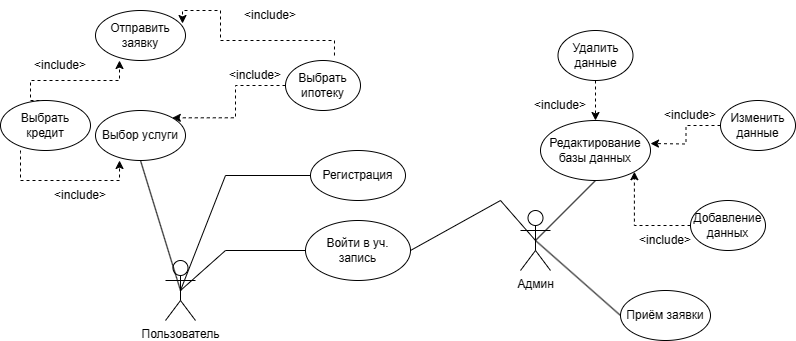
Before: Bank.drawio.png, a diagram exported from draw.io (Involuntar/Test). Source tidied: cells renumbered, new cells last; positions are measured from the earlier drawing's top-left corner, leaving out a move shared by most shapes.
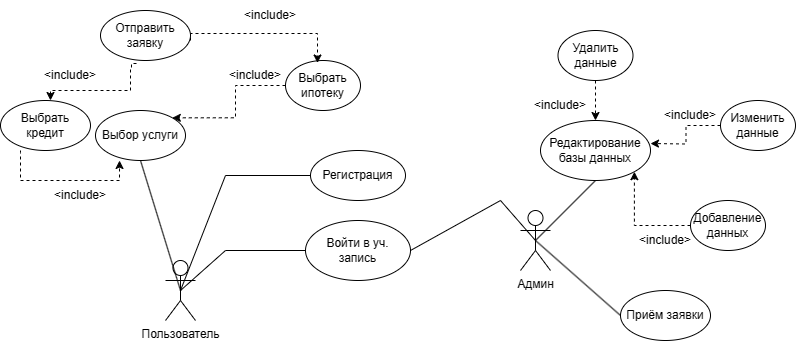
After the commit.

What changed in the source:
```diff
@@ -108,30 +108,31 @@
       <mxGeometry x="660" y="100" width="60" height="30" as="geometry" />
     </mxCell>
     <mxCell id="30" value="Отправить заявку" style="ellipse;whiteSpace=wrap;html=1;" parent="1" vertex="1">
-      <mxGeometry x="95" y="10" width="90" height="50" as="geometry" />
+      <mxGeometry x="100" y="10" width="90" height="50" as="geometry" />
     </mxCell>
-    <mxCell id="31" style="edgeStyle=orthogonalEdgeStyle;rounded=0;jettySize=auto;html=1;strokeColor=default;dashed=1;entryX=0.267;entryY=1;entryDx=0;entryDy=0;entryPerimeter=0;exitX=0.5;exitY=0;exitDx=0;exitDy=0;" parent="1" edge="1" source="10">
+    <mxCell id="31" style="edgeStyle=orthogonalEdgeStyle;rounded=0;jettySize=auto;html=1;strokeColor=default;dashed=1;exitX=0.4;exitY=1.06;exitDx=0;exitDy=0;exitPerimeter=0;" parent="1" edge="1" source="30">
       <mxGeometry relative="1" as="geometry">
-        <mxPoint x="119" y="60" as="targetPoint" />
+        <mxPoint x="50" y="100" as="targetPoint" />
         <Array as="points">
-          <mxPoint x="30" y="100" />
-          <mxPoint x="30" y="80" />
-          <mxPoint x="119" y="80" />
+          <mxPoint x="131" y="69" />
+          <mxPoint x="130" y="69" />
+          <mxPoint x="130" y="90" />
+          <mxPoint x="50" y="90" />
         </Array>
       </mxGeometry>
     </mxCell>
-    <mxCell id="32" style="edgeStyle=orthogonalEdgeStyle;rounded=0;jettySize=auto;html=1;strokeColor=default;dashed=1;exitX=0.653;exitY=-0.1;exitDx=0;exitDy=0;exitPerimeter=0;entryX=0.967;entryY=0.26;entryDx=0;entryDy=0;entryPerimeter=0;" parent="1" edge="1" source="12" target="30">
+    <mxCell id="32" style="edgeStyle=orthogonalEdgeStyle;rounded=0;orthogonalLoop=1;jettySize=auto;html=1;strokeColor=default;dashed=1;" parent="1" edge="1">
       <mxGeometry relative="1" as="geometry">
+        <mxPoint x="190" y="40" as="sourcePoint" />
+        <mxPoint x="317" y="62.5" as="targetPoint" />
         <Array as="points">
-          <mxPoint x="334" y="40" />
-          <mxPoint x="220" y="40" />
-          <mxPoint x="220" y="10" />
-          <mxPoint x="182" y="10" />
+          <mxPoint x="190" y="33" />
+          <mxPoint x="317" y="33" />
         </Array>
       </mxGeometry>
     </mxCell>
     <mxCell id="33" value="&amp;lt;include&amp;gt;" style="text;html=1;strokeColor=none;fillColor=none;align=center;verticalAlign=middle;whiteSpace=wrap;rounded=0;" parent="1" vertex="1">
-      <mxGeometry x="30" y="50" width="60" height="30" as="geometry" />
+      <mxGeometry x="40" y="60" width="60" height="30" as="geometry" />
     </mxCell>
     <mxCell id="34" value="&amp;lt;include&amp;gt;" style="text;html=1;strokeColor=none;fillColor=none;align=center;verticalAlign=middle;whiteSpace=wrap;rounded=0;" parent="1" vertex="1">
       <mxGeometry x="240" width="60" height="30" as="geometry" />
```
